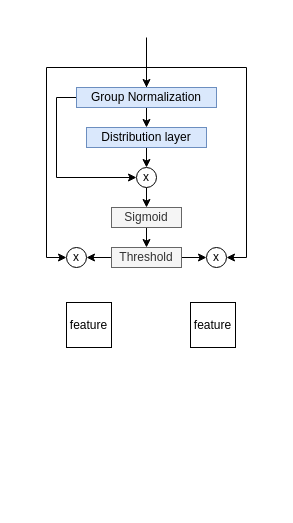
This is drawio/SRU.drawio from cvYouTian/Graph-of-Paper, a draw.io file, before an edit. Source tidied: cells renumbered, new cells numbered last; positions are measured from the earlier drawing's top-left corner, leaving out a move shared by most shapes. Both pictures are drawn from the tidied source at 100%, with x=0, y=0 at pixel (66, 37).
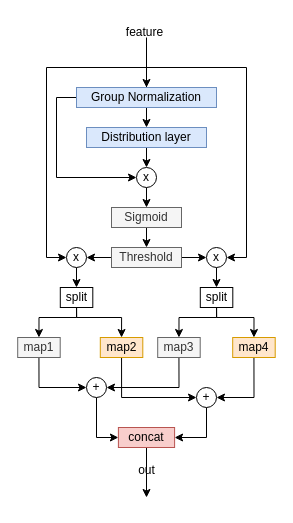
After the change.

Unchanged cells that the change refers to:
```xml
<mxCell id="17" value="x" style="ellipse;whiteSpace=wrap;html=1;" parent="1" vertex="1">
  <mxGeometry y="210" width="20" height="20" as="geometry" />
</mxCell>
<mxCell id="18" value="x" style="ellipse;whiteSpace=wrap;html=1;" parent="1" vertex="1">
  <mxGeometry x="140" y="210" width="20" height="20" as="geometry" />
</mxCell>
```

Change to the diagram source:
```diff
@@
+    <mxCell id="21" style="edgeStyle=orthogonalEdgeStyle;rounded=0;jettySize=auto;html=1;" parent="1" edge="1" source="17" target="25">
+      <mxGeometry relative="1" as="geometry" />
+    </mxCell>
@@
+    <mxCell id="22" style="edgeStyle=orthogonalEdgeStyle;rounded=0;jettySize=auto;html=1;" parent="1" edge="1" source="18" target="28">
+      <mxGeometry relative="1" as="geometry" />
+    </mxCell>
@@
-    <mxCell id="19" value="feature" style="rounded=0;whiteSpace=wrap;html=1;" parent="1" vertex="1">
-      <mxGeometry y="265" width="45" height="45" as="geometry" />
-    </mxCell>
-    <mxCell id="20" value="feature" style="rounded=0;whiteSpace=wrap;html=1;" parent="1" vertex="1">
-      <mxGeometry x="124" y="265" width="45" height="45" as="geometry" />
-    </mxCell>
+    <mxCell id="23" style="edgeStyle=orthogonalEdgeStyle;rounded=0;jettySize=auto;html=1;exitX=0.5;exitY=1;exitDx=0;exitDy=0;entryX=0.5;entryY=0;entryDx=0;entryDy=0;" parent="1" edge="1" source="25" target="30">
+      <mxGeometry relative="1" as="geometry">
+        <Array as="points">
+          <mxPoint x="-27" y="280" />
+        </Array>
+      </mxGeometry>
+    </mxCell>
+    <mxCell id="24" style="edgeStyle=orthogonalEdgeStyle;rounded=0;jettySize=auto;html=1;exitX=0.5;exitY=1;exitDx=0;exitDy=0;entryX=0.5;entryY=0;entryDx=0;entryDy=0;" parent="1" edge="1" source="25" target="36">
+      <mxGeometry relative="1" as="geometry">
+        <Array as="points">
+          <mxPoint x="10" y="280" />
+          <mxPoint x="55" y="280" />
+        </Array>
+      </mxGeometry>
+    </mxCell>
+    <mxCell id="25" value="split" style="rounded=0;whiteSpace=wrap;html=1;" parent="1" vertex="1">
+      <mxGeometry x="-6.2" y="250" width="32.5" height="20" as="geometry" />
+    </mxCell>
+    <mxCell id="26" style="edgeStyle=orthogonalEdgeStyle;rounded=0;jettySize=auto;html=1;exitX=0.5;exitY=1;exitDx=0;exitDy=0;entryX=0.5;entryY=0;entryDx=0;entryDy=0;" parent="1" edge="1" source="28" target="34">
+      <mxGeometry relative="1" as="geometry">
+        <Array as="points">
+          <mxPoint x="150" y="280" />
+          <mxPoint x="113" y="280" />
+        </Array>
+      </mxGeometry>
+    </mxCell>
+    <mxCell id="27" style="edgeStyle=orthogonalEdgeStyle;rounded=0;jettySize=auto;html=1;exitX=0.5;exitY=1;exitDx=0;exitDy=0;entryX=0.5;entryY=0;entryDx=0;entryDy=0;" parent="1" edge="1" source="28" target="32">
+      <mxGeometry relative="1" as="geometry">
+        <Array as="points">
+          <mxPoint x="150" y="280" />
+          <mxPoint x="188" y="280" />
+        </Array>
+      </mxGeometry>
+    </mxCell>
+    <mxCell id="28" value="split" style="rounded=0;whiteSpace=wrap;html=1;" parent="1" vertex="1">
+      <mxGeometry x="133.8" y="250" width="32.5" height="20" as="geometry" />
+    </mxCell>
+    <mxCell id="29" style="edgeStyle=orthogonalEdgeStyle;rounded=0;jettySize=auto;html=1;exitX=0.5;exitY=1;exitDx=0;exitDy=0;entryX=0;entryY=0.5;entryDx=0;entryDy=0;" parent="1" edge="1" source="30" target="40">
+      <mxGeometry relative="1" as="geometry" />
+    </mxCell>
+    <mxCell id="30" value="map1" style="rounded=0;whiteSpace=wrap;html=1;fillColor=#f5f5f5;fontColor=#333333;strokeColor=#666666;" parent="1" vertex="1">
+      <mxGeometry x="-48.8" y="300" width="42.5" height="20" as="geometry" />
+    </mxCell>
+    <mxCell id="31" style="edgeStyle=orthogonalEdgeStyle;rounded=0;jettySize=auto;html=1;exitX=0.5;exitY=1;exitDx=0;exitDy=0;entryX=1;entryY=0.5;entryDx=0;entryDy=0;" parent="1" edge="1" source="32" target="38">
+      <mxGeometry relative="1" as="geometry" />
+    </mxCell>
+    <mxCell id="32" value="map4" style="rounded=0;whiteSpace=wrap;html=1;fillColor=#ffe6cc;strokeColor=#d79b00;" parent="1" vertex="1">
+      <mxGeometry x="166.2" y="300" width="42.5" height="20" as="geometry" />
+    </mxCell>
+    <mxCell id="33" style="edgeStyle=orthogonalEdgeStyle;rounded=0;jettySize=auto;html=1;exitX=0.5;exitY=1;exitDx=0;exitDy=0;entryX=1;entryY=0.5;entryDx=0;entryDy=0;" parent="1" edge="1" source="34" target="40">
+      <mxGeometry relative="1" as="geometry" />
+    </mxCell>
+    <mxCell id="34" value="map3" style="rounded=0;whiteSpace=wrap;html=1;fillColor=#f5f5f5;fontColor=#333333;strokeColor=#666666;" parent="1" vertex="1">
+      <mxGeometry x="91.2" y="300" width="42.5" height="20" as="geometry" />
+    </mxCell>
+    <mxCell id="35" style="edgeStyle=orthogonalEdgeStyle;rounded=0;jettySize=auto;html=1;exitX=0.5;exitY=1;exitDx=0;exitDy=0;entryX=0;entryY=0.5;entryDx=0;entryDy=0;" parent="1" edge="1" source="36" target="38">
+      <mxGeometry relative="1" as="geometry" />
+    </mxCell>
+    <mxCell id="36" value="map2" style="rounded=0;whiteSpace=wrap;html=1;fillColor=#ffe6cc;strokeColor=#d79b00;" parent="1" vertex="1">
+      <mxGeometry x="33.8" y="300" width="42.5" height="20" as="geometry" />
+    </mxCell>
+    <mxCell id="37" style="edgeStyle=orthogonalEdgeStyle;rounded=0;jettySize=auto;html=1;exitX=0.5;exitY=1;exitDx=0;exitDy=0;entryX=1;entryY=0.5;entryDx=0;entryDy=0;" parent="1" edge="1" source="38" target="42">
+      <mxGeometry relative="1" as="geometry" />
+    </mxCell>
+    <mxCell id="38" value="+" style="ellipse;whiteSpace=wrap;html=1;" parent="1" vertex="1">
+      <mxGeometry x="130" y="350" width="20" height="20" as="geometry" />
+    </mxCell>
+    <mxCell id="39" style="edgeStyle=orthogonalEdgeStyle;rounded=0;jettySize=auto;html=1;exitX=0.5;exitY=1;exitDx=0;exitDy=0;entryX=0;entryY=0.5;entryDx=0;entryDy=0;" parent="1" edge="1" source="40" target="42">
+      <mxGeometry relative="1" as="geometry" />
+    </mxCell>
+    <mxCell id="40" value="+" style="ellipse;whiteSpace=wrap;html=1;" parent="1" vertex="1">
+      <mxGeometry x="20" y="340" width="20" height="20" as="geometry" />
+    </mxCell>
+    <mxCell id="41" style="edgeStyle=orthogonalEdgeStyle;rounded=0;jettySize=auto;html=1;exitX=0.5;exitY=1;exitDx=0;exitDy=0;" parent="1" edge="1" source="42">
+      <mxGeometry relative="1" as="geometry">
+        <mxPoint x="80" y="460" as="targetPoint" />
+      </mxGeometry>
+    </mxCell>
+    <mxCell id="42" value="concat" style="rounded=0;whiteSpace=wrap;html=1;fillColor=#f8cecc;strokeColor=#b85450;" parent="1" vertex="1">
+      <mxGeometry x="51.9" y="390" width="56.2" height="20" as="geometry" />
+    </mxCell>
+    <mxCell id="43" value="feature" style="text;html=1;align=center;verticalAlign=middle;strokeColor=none;fillColor=none;" parent="1" vertex="1">
+      <mxGeometry x="48.1" y="-20" width="60" height="30" as="geometry" />
+    </mxCell>
+    <mxCell id="44" value="out" style="text;html=1;align=center;verticalAlign=middle;strokeColor=none;fillColor=none;" parent="1" vertex="1">
+      <mxGeometry x="60" y="418" width="40" height="30" as="geometry" />
+    </mxCell>
```
